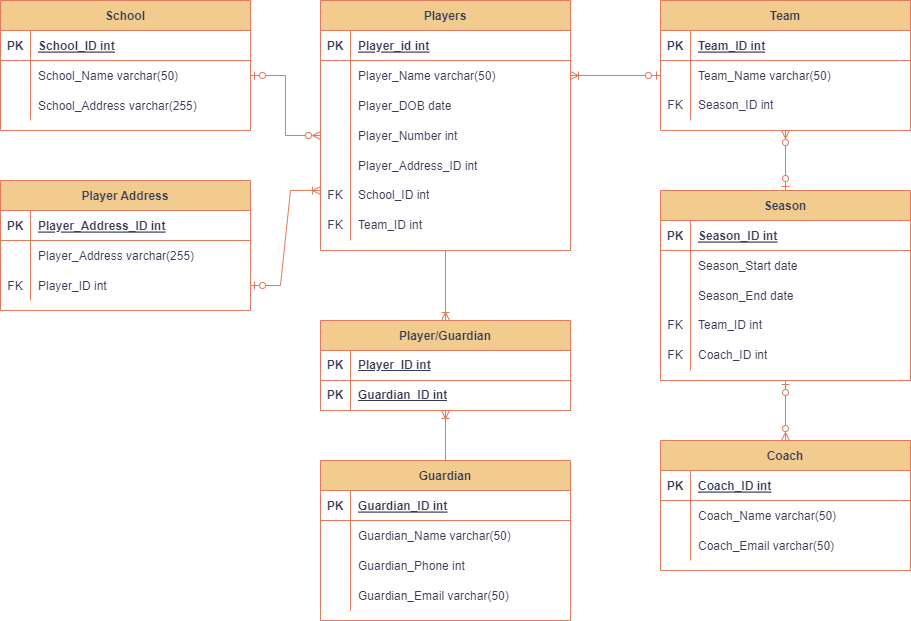
Earlier version of the draw.io export ERD_Exercise.png (G0dzilla21/ERD_Diagram_Cognixia). Source tidied: cells renumbered, new cells last; positions are measured from the earlier drawing's top-left corner, leaving out a move shared by most shapes.
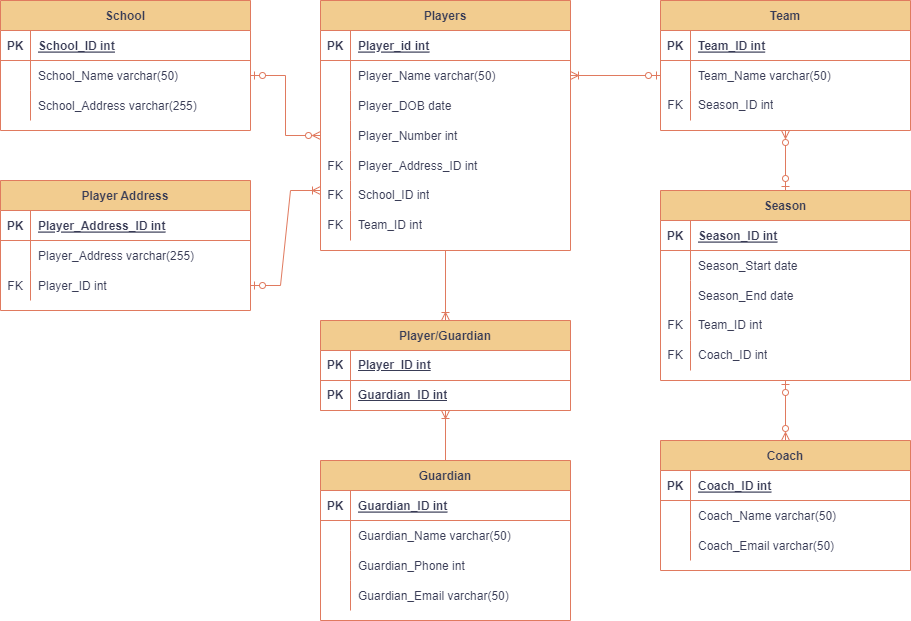
Later version of the same file.

What changed in the source:
```diff
@@ -119,7 +119,7 @@
     <mxCell id="40" style="shape=tableRow;horizontal=0;startSize=0;swimlaneHead=0;swimlaneBody=0;fillColor=none;top=0;left=0;right=0;bottom=0;labelBackgroundColor=none;strokeColor=#E07A5F;fontColor=#393C56;" parent="27" vertex="1">
       <mxGeometry y="150" width="250" height="30" as="geometry" />
     </mxCell>
-    <mxCell id="41" style="shape=partialRectangle;fillColor=none;top=0;left=0;bottom=0;right=0;overflow=hidden;labelBackgroundColor=none;strokeColor=#E07A5F;fontColor=#393C56;" parent="40" vertex="1">
+    <mxCell id="41" value="FK" style="shape=partialRectangle;fillColor=none;top=0;left=0;bottom=0;right=0;overflow=hidden;labelBackgroundColor=none;strokeColor=#E07A5F;fontColor=#393C56;" parent="40" vertex="1">
       <mxGeometry width="30" height="30" as="geometry" />
     </mxCell>
     <mxCell id="42" value="Player_Address_ID int" style="shape=partialRectangle;fillColor=none;top=0;left=0;bottom=0;right=0;align=left;spacingLeft=6;overflow=hidden;labelBackgroundColor=none;strokeColor=#E07A5F;fontColor=#393C56;" parent="40" vertex="1">
```
